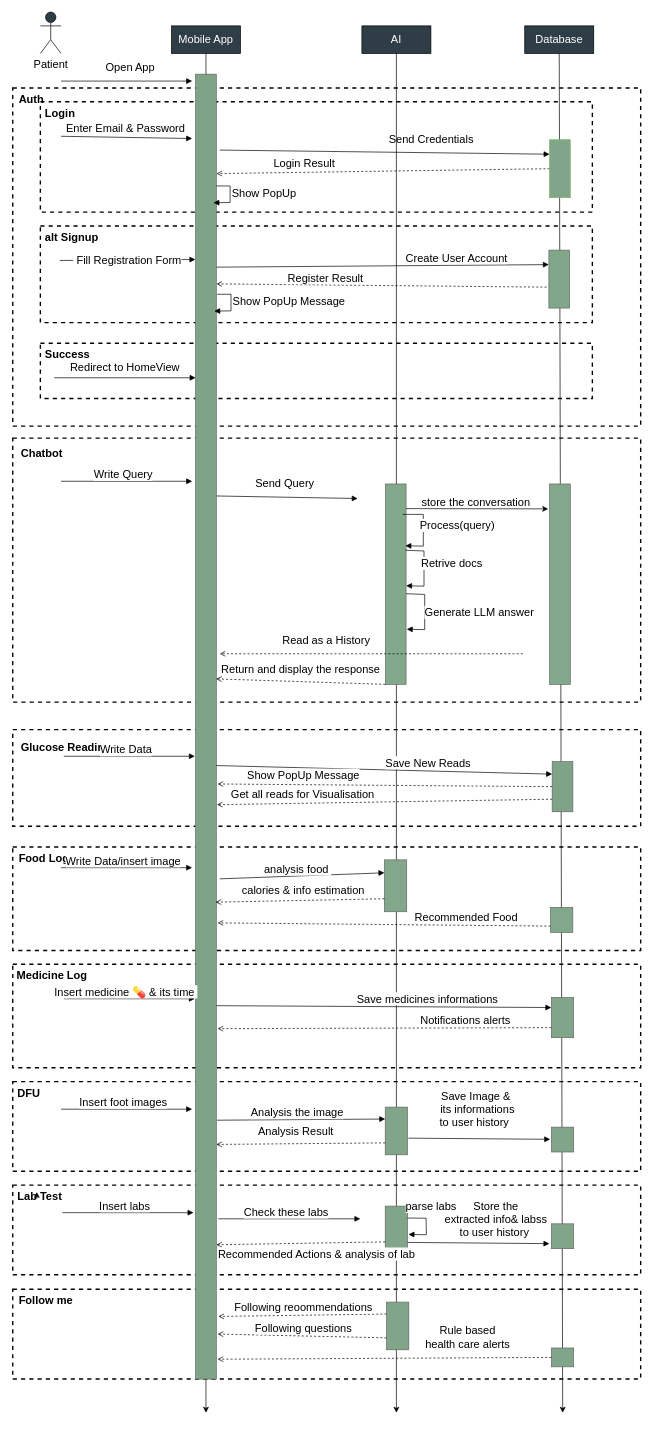
AbdelmenamAdel/Diamate keeps this draw.io diagram as lib/diagrams/drawio/sequence_diagram.drawio. Above is the earlier version. Source tidied: cells renumbered, new cells numbered last; positions are measured from the earlier drawing's top-left corner, leaving out a move shared by most shapes. Both pictures are drawn from the tidied source at 69%, with x=0, y=0 at pixel (-447, 12).
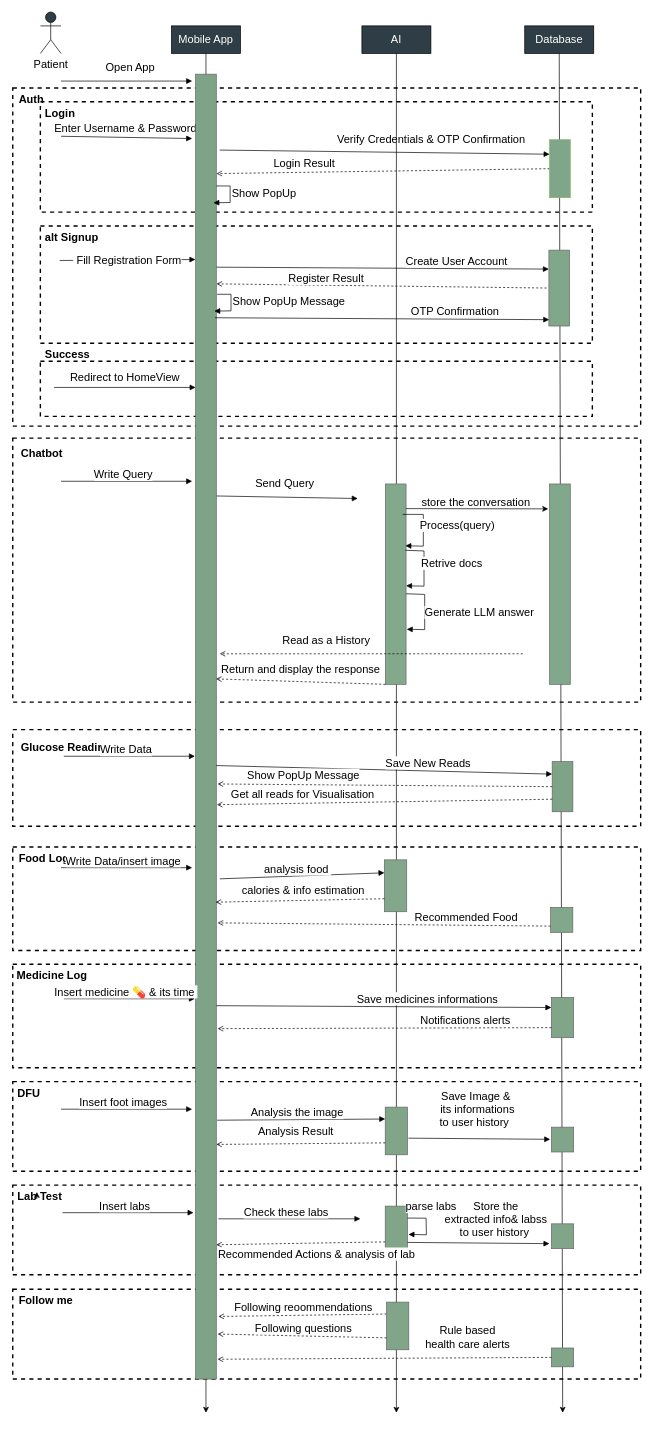
The same diagram, later.

Commit message (it also covers changes not shown here):
refactor: update authentication flow, fix BlocProvider usage, and sync architecture diagrams

Unchanged cells that the change refers to:
```xml
<mxCell id="15" style="rounded=0;whiteSpace=wrap;html=1;dashed=1;strokeWidth=2;" parent="1" vertex="1">
  <mxGeometry x="706" y="130" width="800" height="160" as="geometry" />
</mxCell>
<mxCell id="32" style="rounded=0;whiteSpace=wrap;html=1;rotation=-270;fillColor=light-dark(#80a689, #1f2f1e);strokeColor=#82b366;" parent="1" vertex="1">
  <mxGeometry x="1417" y="212" width="84" height="30" as="geometry" />
</mxCell>
```

The edit, as a diff of the source:
```diff
@@
-    <mxCell id="17" value="&amp;nbsp;Enter Email &amp;amp; Password" style="endArrow=block;html=1;entryX=0.275;entryY=0.333;entryDx=0;entryDy=0;entryPerimeter=0;rounded=0;fontSize=16;" parent="1" edge="1" target="15">
+    <mxCell id="17" value="&amp;nbsp;Enter Username &amp;amp; Password" style="endArrow=block;html=1;entryX=0.275;entryY=0.333;entryDx=0;entryDy=0;entryPerimeter=0;rounded=0;fontSize=16;" parent="1" edge="1" target="15">
       <mxGeometry x="-0.04" y="14" relative="1" as="geometry">
         <mxPoint x="736" y="180" as="sourcePoint" />
       </mxGeometry>
     </mxCell>
-    <mxCell id="18" value="&amp;nbsp;Send Credentials" style="endArrow=block;html=1;rounded=0;fontSize=16;entryX=0.25;entryY=1;entryDx=0;entryDy=0;" parent="1" edge="1" target="32">
+    <mxCell id="18" value="&amp;nbsp;Verify Credentials &amp;amp; OTP Confirmation" style="endArrow=block;html=1;rounded=0;fontSize=16;entryX=0.25;entryY=1;entryDx=0;entryDy=0;" parent="1" edge="1" target="32">
       <mxGeometry x="0.27" y="20" relative="1" as="geometry">
         <mxPoint x="966" y="200" as="sourcePoint" />
       </mxGeometry>
     </mxCell>
@@
     <mxCell id="20" style="rounded=0;whiteSpace=wrap;html=1;dashed=1;strokeWidth=2;" parent="1" vertex="1">
-      <mxGeometry x="706" y="310" width="800" height="140" as="geometry" />
+      <mxGeometry x="706" y="310" width="800" height="170" as="geometry" />
     </mxCell>
@@
-    <mxCell id="24" value="Register Result" style="endArrow=open;dashed=1;html=1;entryX=0.305;entryY=-0.011;entryDx=0;entryDy=0;entryPerimeter=0;rounded=0;fontSize=16;exitX=0.639;exitY=1.111;exitDx=0;exitDy=0;exitPerimeter=0;" parent="1" edge="1" source="34">
+    <mxCell id="24" value="Register Result" style="endArrow=open;dashed=1;html=1;entryX=0.305;entryY=-0.011;entryDx=0;entryDy=0;entryPerimeter=0;rounded=0;fontSize=16;exitX=0.917;exitY=0.529;exitDx=0;exitDy=0;exitPerimeter=0;" parent="1" edge="1" source="20">
       <mxGeometry x="0.34" y="-10" relative="1" as="geometry">
         <mxPoint x="961.3" y="393.9" as="targetPoint" />
       </mxGeometry>
     </mxCell>
     <mxCell id="25" style="rounded=0;whiteSpace=wrap;html=1;dashed=1;strokeWidth=2;" parent="1" vertex="1">
-      <mxGeometry x="706" y="480" width="800" height="80" as="geometry" />
+      <mxGeometry x="706" y="506" width="800" height="80" as="geometry" />
     </mxCell>
@@
     <mxCell id="27" value="&amp;nbsp;Redirect to HomeView" style="endArrow=block;html=1;entryX=0.5;entryY=1;entryDx=0;entryDy=0;rounded=0;fontSize=16;" parent="1" edge="1">
       <mxGeometry x="-0.02" y="15" relative="1" as="geometry">
-        <mxPoint x="726" y="530" as="sourcePoint" />
-        <mxPoint x="931" y="530" as="targetPoint" />
+        <mxPoint x="726" y="544" as="sourcePoint" />
+        <mxPoint x="931" y="544" as="targetPoint" />
       </mxGeometry>
     </mxCell>
@@
     <mxCell id="34" style="rounded=0;whiteSpace=wrap;html=1;rotation=-270;fillColor=light-dark(#81a78a, #1a1a1a);strokeColor=#666666;fontColor=#333333;" parent="1" vertex="1">
-      <mxGeometry x="1416" y="372" width="84" height="30" as="geometry" />
+      <mxGeometry x="1403" y="385" width="110" height="30" as="geometry" />
     </mxCell>
@@
+    <mxCell id="90" value="OTP Confirmation&amp;nbsp;" style="endArrow=block;html=1;exitX=0.267;exitY=0.078;exitDx=0;exitDy=0;exitPerimeter=0;rounded=0;fontSize=16;entryX=0.25;entryY=1;entryDx=0;entryDy=0;" parent="1" edge="1">
+      <mxGeometry x="0.45" y="11" relative="1" as="geometry">
+        <mxPoint x="959.1" y="443" as="sourcePoint" />
+        <mxPoint x="1443.5" y="445.8" as="targetPoint" />
+        <mxPoint x="-1" as="offset" />
+      </mxGeometry>
+    </mxCell>
```
